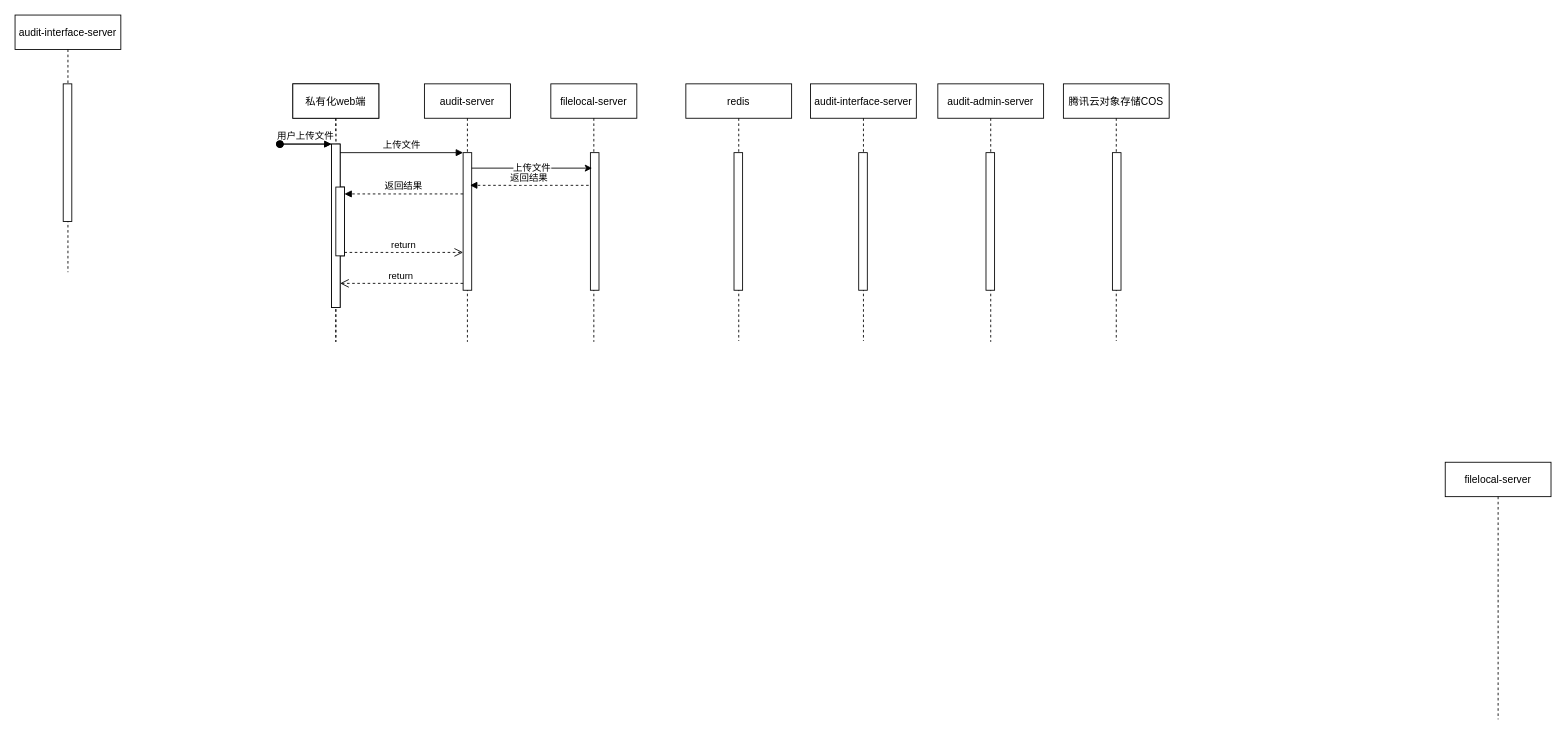
This is computer/adfile3.drawio from liufbox/doc, a draw.io file, before an edit. Source tidied: cells renumbered, new cells numbered last; positions are measured from the earlier drawing's top-left corner, leaving out a move shared by most shapes. Both pictures are drawn from the tidied source at 86%, with x=0, y=0 at pixel (15, 15).
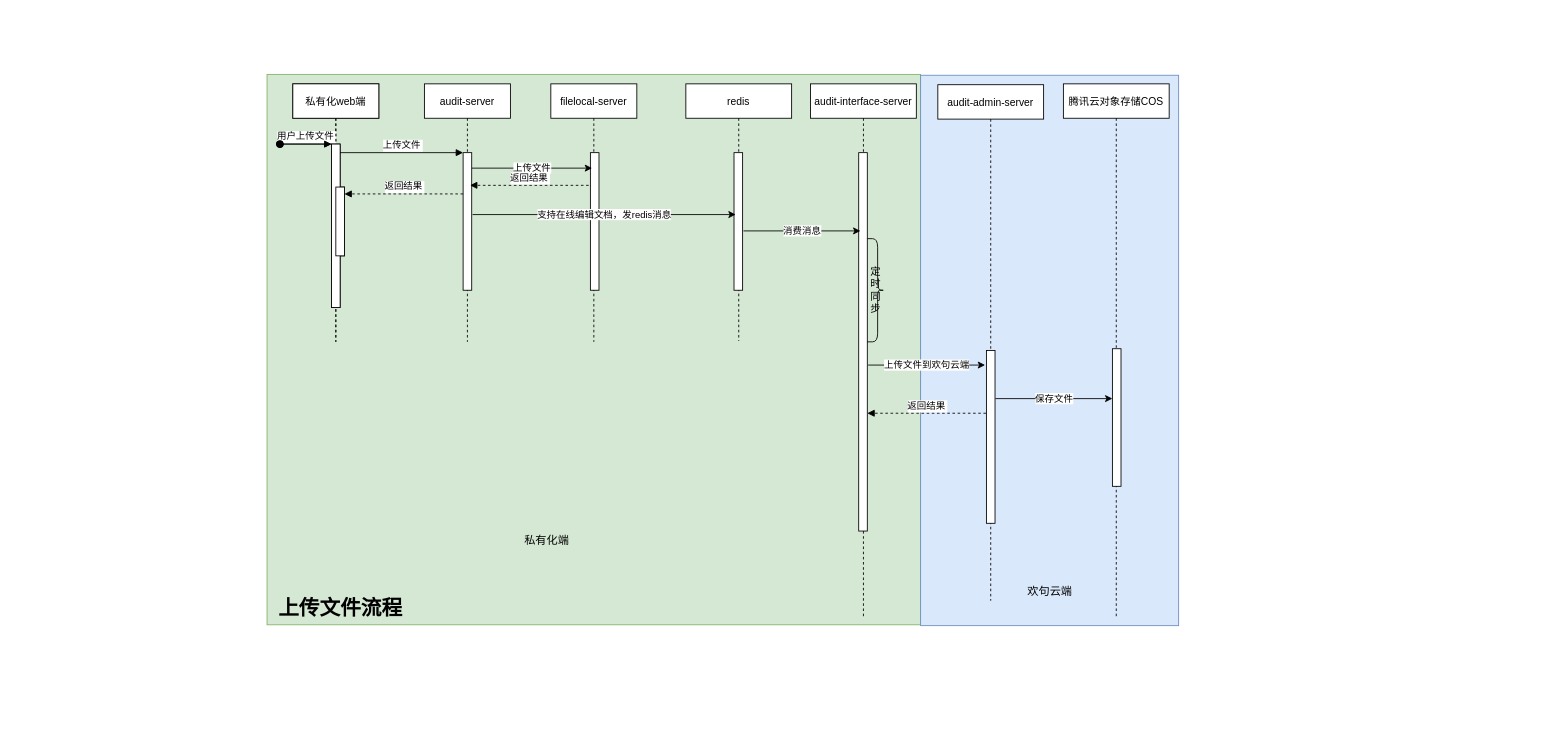
Above is the later version.

Unchanged cells that the change refers to:
```xml
<mxCell id="3" style="points=[];perimeter=orthogonalPerimeter;rounded=0;shadow=0;strokeWidth=1;" parent="2" vertex="1">
  <mxGeometry x="45" y="70" width="10" height="190" as="geometry" />
</mxCell>
<mxCell id="5" style="points=[];perimeter=orthogonalPerimeter;rounded=0;shadow=0;strokeWidth=1;" parent="2" vertex="1">
  <mxGeometry x="50" y="120" width="10" height="80" as="geometry" />
</mxCell>
<mxCell id="7" style="points=[];perimeter=orthogonalPerimeter;rounded=0;shadow=0;strokeWidth=1;" parent="6" vertex="1">
  <mxGeometry x="45" y="80" width="10" height="160" as="geometry" />
</mxCell>
```

What changed in the source:
```diff
@@
+    <mxCell id="31" style="rounded=0;whiteSpace=wrap;html=1;fillColor=#d5e8d4;strokeColor=#82b366;" parent="1" vertex="1">
+      <mxGeometry x="293" y="69" width="760" height="640" as="geometry" />
+    </mxCell>
+    <mxCell id="32" style="rounded=0;whiteSpace=wrap;html=1;fillColor=#dae8fc;strokeColor=#6c8ebf;" parent="1" vertex="1">
+      <mxGeometry x="1053" y="70" width="300" height="640" as="geometry" />
+    </mxCell>
@@
-    <mxCell id="12" value="return" style="verticalAlign=bottom;endArrow=open;dashed=1;endSize=8;exitX=0;exitY=0.95;shadow=0;strokeWidth=1;" parent="1" edge="1" source="7" target="3">
-      <mxGeometry relative="1" as="geometry" />
-    </mxCell>
@@
-    <mxCell id="15" value="return" style="verticalAlign=bottom;endArrow=open;dashed=1;endSize=8;exitX=1;exitY=0.95;shadow=0;strokeWidth=1;" parent="1" edge="1" source="5" target="7">
-      <mxGeometry relative="1" as="geometry" />
-    </mxCell>
@@
     <mxCell id="18" value="audit-interface-server" style="shape=umlLifeline;perimeter=lifelinePerimeter;rounded=0;shadow=0;strokeWidth=1;" parent="1" vertex="1">
-      <mxGeometry x="925" y="80" width="123" height="299" as="geometry" />
+      <mxGeometry x="925" y="80" width="123" height="620" as="geometry" />
     </mxCell>
     <mxCell id="19" style="perimeter=orthogonalPerimeter;rounded=0;shadow=0;strokeWidth=1;" parent="18" vertex="1">
-      <mxGeometry x="56" y="80" width="10" height="160" as="geometry" />
+      <mxGeometry x="56" y="80" width="10" height="440" as="geometry" />
     </mxCell>
+    <mxCell id="33" value="定时同步" style="shape=curlyBracket;whiteSpace=wrap;html=1;rounded=1;flipH=1;size=0.4;" parent="18" vertex="1">
+      <mxGeometry x="66" y="180" width="20" height="120" as="geometry" />
+    </mxCell>
     <mxCell id="20" value="腾讯云对象存储COS" style="shape=umlLifeline;perimeter=lifelinePerimeter;rounded=0;shadow=0;strokeWidth=1;" parent="1" vertex="1">
-      <mxGeometry x="1219" y="80" width="123" height="299" as="geometry" />
+      <mxGeometry x="1219" y="80" width="123" height="620" as="geometry" />
     </mxCell>
     <mxCell id="21" style="perimeter=orthogonalPerimeter;rounded=0;shadow=0;strokeWidth=1;" parent="20" vertex="1">
-      <mxGeometry x="57" y="80" width="10" height="160" as="geometry" />
+      <mxGeometry x="57" y="308" width="10" height="160" as="geometry" />
     </mxCell>
     <mxCell id="22" value="audit-admin-server" style="shape=umlLifeline;perimeter=lifelinePerimeter;rounded=0;shadow=0;strokeWidth=1;" parent="1" vertex="1">
-      <mxGeometry x="1073" y="80" width="123" height="300" as="geometry" />
+      <mxGeometry x="1073" y="81" width="123" height="600" as="geometry" />
     </mxCell>
     <mxCell id="23" style="perimeter=orthogonalPerimeter;rounded=0;shadow=0;strokeWidth=1;" parent="22" vertex="1">
-      <mxGeometry x="56" y="80" width="10" height="160" as="geometry" />
+      <mxGeometry x="56.5" y="309" width="10" height="201" as="geometry" />
     </mxCell>
-    <mxCell id="24" value="filelocal-server" style="shape=umlLifeline;perimeter=lifelinePerimeter;rounded=0;shadow=0;strokeWidth=1;" parent="22" vertex="1">
-      <mxGeometry x="590" y="440" width="123" height="299" as="geometry" />
-    </mxCell>
-    <mxCell id="25" value="audit-interface-server" style="shape=umlLifeline;perimeter=lifelinePerimeter;rounded=0;shadow=0;strokeWidth=1;" parent="1" vertex="1">
-      <mxGeometry width="123" height="299" as="geometry" />
-    </mxCell>
-    <mxCell id="26" style="perimeter=orthogonalPerimeter;rounded=0;shadow=0;strokeWidth=1;" parent="25" vertex="1">
-      <mxGeometry x="56" y="80" width="10" height="160" as="geometry" />
-    </mxCell>
@@
+    <mxCell id="34" value="支持在线编辑文档，发redis消息" style="endArrow=classic;html=1;rounded=0;exitX=0.54;exitY=0.333;exitDx=0;exitDy=0;exitPerimeter=0;entryX=0.1;entryY=0.113;entryDx=0;entryDy=0;entryPerimeter=0;" parent="1" edge="1">
+      <mxGeometry relative="1" as="geometry">
+        <mxPoint x="532" y="232" as="sourcePoint" />
+        <mxPoint x="838" y="232" as="targetPoint" />
+      </mxGeometry>
+    </mxCell>
+    <mxCell id="35" value="消费消息" style="endArrow=classic;html=1;rounded=0;exitX=0.54;exitY=0.333;exitDx=0;exitDy=0;exitPerimeter=0;entryX=0.1;entryY=0.113;entryDx=0;entryDy=0;entryPerimeter=0;" parent="1" edge="1">
+      <mxGeometry relative="1" as="geometry">
+        <mxPoint x="847" y="251" as="sourcePoint" />
+        <mxPoint x="983" y="251" as="targetPoint" />
+      </mxGeometry>
+    </mxCell>
+    <mxCell id="36" value="上传文件到欢句云端" style="endArrow=classic;html=1;rounded=0;exitX=0.54;exitY=0.333;exitDx=0;exitDy=0;exitPerimeter=0;entryX=0.1;entryY=0.113;entryDx=0;entryDy=0;entryPerimeter=0;" parent="1" edge="1">
+      <mxGeometry relative="1" as="geometry">
+        <mxPoint x="992" y="407" as="sourcePoint" />
+        <mxPoint x="1128" y="407" as="targetPoint" />
+      </mxGeometry>
+    </mxCell>
+    <mxCell id="37" value="保存文件" style="endArrow=classic;html=1;rounded=0;exitX=0.54;exitY=0.333;exitDx=0;exitDy=0;exitPerimeter=0;entryX=0.1;entryY=0.113;entryDx=0;entryDy=0;entryPerimeter=0;" parent="1" edge="1">
+      <mxGeometry relative="1" as="geometry">
+        <mxPoint x="1140" y="446" as="sourcePoint" />
+        <mxPoint x="1276" y="446" as="targetPoint" />
+      </mxGeometry>
+    </mxCell>
+    <mxCell id="38" value="返回结果" style="verticalAlign=bottom;endArrow=block;entryX=1;entryY=0;shadow=0;strokeWidth=1;dashed=1;" parent="1" edge="1">
+      <mxGeometry relative="1" as="geometry">
+        <mxPoint x="1129" y="463" as="sourcePoint" />
+        <mxPoint x="991" y="463" as="targetPoint" />
+      </mxGeometry>
+    </mxCell>
+    <mxCell id="39" value="&lt;br&gt;" style="text;html=1;align=center;verticalAlign=middle;strokeColor=none;fillColor=none;" parent="1" vertex="1">
+      <mxGeometry x="1033" y="440" width="20" height="20" as="geometry" />
+    </mxCell>
+    <mxCell id="40" value="私有化端" style="text;strokeColor=none;fillColor=none;html=1;fontSize=13;fontStyle=0;verticalAlign=middle;align=center;" parent="1" vertex="1">
+      <mxGeometry x="568" y="591" width="100" height="40" as="geometry" />
+    </mxCell>
+    <mxCell id="41" value="上传文件流程" style="text;strokeColor=none;fillColor=none;html=1;fontSize=24;fontStyle=1;verticalAlign=middle;align=center;" parent="1" vertex="1">
+      <mxGeometry x="303" y="670" width="150" height="40" as="geometry" />
+    </mxCell>
+    <mxCell id="42" value="欢句云端" style="text;strokeColor=none;fillColor=none;html=1;fontSize=13;fontStyle=0;verticalAlign=middle;align=center;" parent="1" vertex="1">
+      <mxGeometry x="1153" y="650" width="100" height="40" as="geometry" />
+    </mxCell>
```
